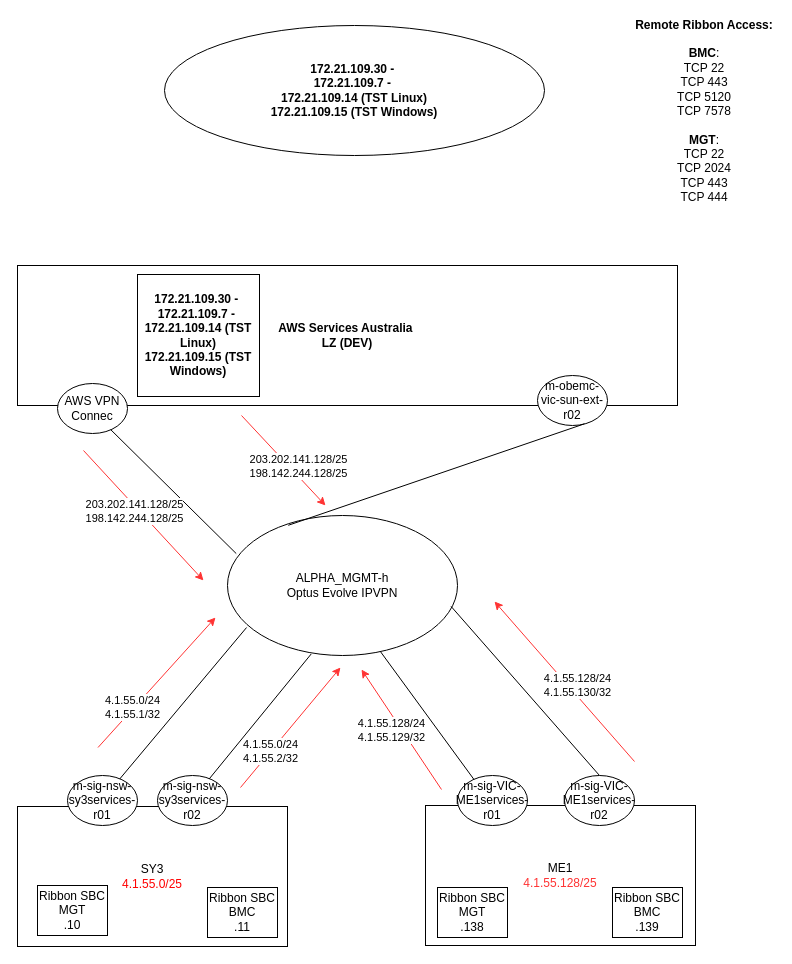
Before: SA Dev AWS into ATAC.drawio in mr-clutch/draw-io, a draw.io diagram. Source tidied: cells renumbered, new cells numbered last; positions are measured from the earlier drawing's top-left corner, leaving out a move shared by most shapes. Both pictures are drawn from the tidied source at 100%, with x=0, y=0 at pixel (17, 25).
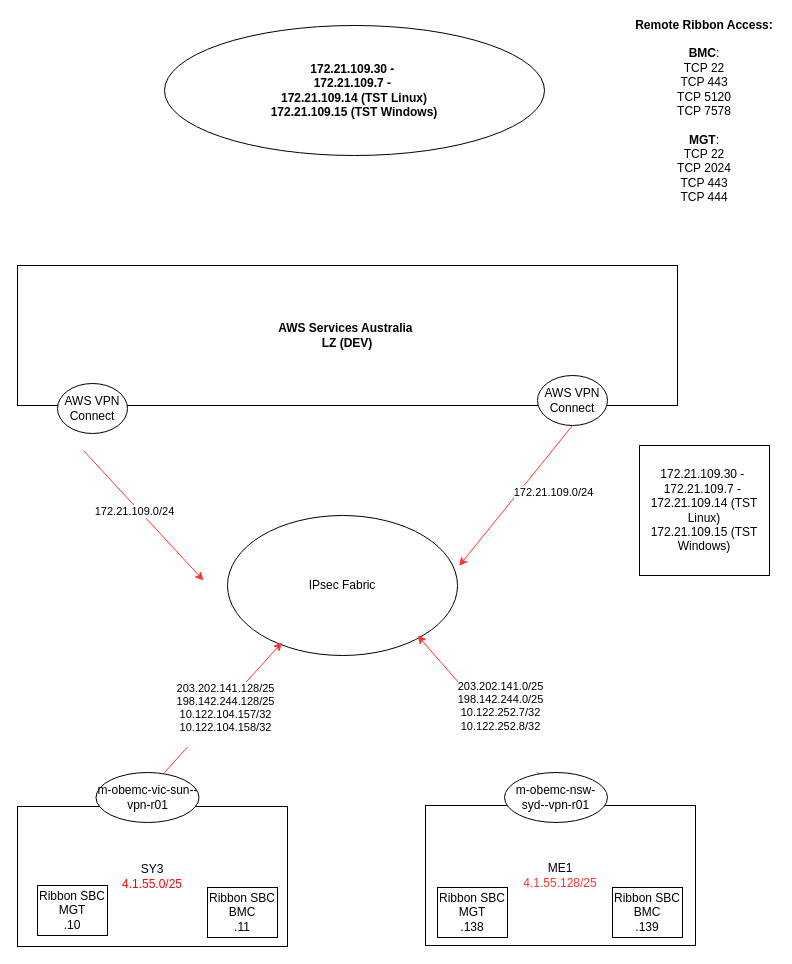
The same page after the edit.

Unchanged cells that the change refers to:
```xml
<mxCell id="5" value="ME1&lt;div&gt;&lt;font color=&quot;#ff3333&quot;&gt;4.1.55.128/25&lt;/font&gt;&lt;/div&gt;" style="rounded=0;whiteSpace=wrap;html=1;direction=west;" parent="1" vertex="1">
  <mxGeometry x="408" y="780" width="270" height="140" as="geometry" />
</mxCell>
<mxCell id="29" style="endArrow=classic;html=1;rounded=0;strokeColor=#FF3333;" parent="1" edge="1">
  <mxGeometry relative="1" as="geometry">
    <mxPoint x="66" y="425" as="sourcePoint" />
    <mxPoint x="186" y="555" as="targetPoint" />
  </mxGeometry>
</mxCell>
```

Change to the diagram source:
```diff
@@
-    <mxCell id="2" value="ALPHA_MGMT-h&lt;div&gt;Optus Evolve IPVPN&lt;/div&gt;" style="ellipse;whiteSpace=wrap;html=1;" parent="1" vertex="1">
+    <mxCell id="2" value="IPsec Fabric" style="ellipse;whiteSpace=wrap;html=1;" parent="1" vertex="1">
       <mxGeometry x="210" y="490" width="230" height="140" as="geometry" />
     </mxCell>
@@
-    <mxCell id="6" style="endArrow=none;html=1;rounded=0;entryX=0.083;entryY=0.8;entryDx=0;entryDy=0;entryPerimeter=0;" parent="1" edge="1" target="2">
-      <mxGeometry relative="1" as="geometry">
-        <mxPoint x="80" y="780" as="sourcePoint" />
-      </mxGeometry>
-    </mxCell>
-    <mxCell id="7" style="endArrow=none;html=1;rounded=0;entryX=0.364;entryY=0.989;entryDx=0;entryDy=0;entryPerimeter=0;" parent="1" edge="1" target="2">
-      <mxGeometry relative="1" as="geometry">
-        <mxPoint x="170" y="780" as="sourcePoint" />
-      </mxGeometry>
-    </mxCell>
-    <mxCell id="8" style="endArrow=none;html=1;rounded=0;entryX=0.665;entryY=0.972;entryDx=0;entryDy=0;entryPerimeter=0;exitX=0.75;exitY=1;exitDx=0;exitDy=0;" parent="1" edge="1" source="5" target="2">
-      <mxGeometry relative="1" as="geometry" />
-    </mxCell>
-    <mxCell id="9" style="endArrow=none;html=1;rounded=0;entryX=0.972;entryY=0.649;entryDx=0;entryDy=0;entryPerimeter=0;exitX=0.5;exitY=0;exitDx=0;exitDy=0;" parent="1" edge="1" source="17" target="2">
-      <mxGeometry relative="1" as="geometry" />
-    </mxCell>
@@
-    <mxCell id="11" style="endArrow=none;html=1;rounded=0;entryX=0.703;entryY=0.844;entryDx=0;entryDy=0;entryPerimeter=0;exitX=0.038;exitY=0.272;exitDx=0;exitDy=0;exitPerimeter=0;" parent="1" edge="1" source="2" target="18">
-      <mxGeometry relative="1" as="geometry" />
-    </mxCell>
@@
-    <mxCell id="13" value="m-sig-nsw-sy3services-r01" style="ellipse;whiteSpace=wrap;html=1;" parent="1" vertex="1">
-      <mxGeometry x="50" y="750" width="70" height="50" as="geometry" />
+    <mxCell id="13" value="m-obemc-vic-sun--vpn-r01" style="ellipse;whiteSpace=wrap;html=1;" parent="1" vertex="1">
+      <mxGeometry x="78.5" y="747" width="103" height="50" as="geometry" />
     </mxCell>
-    <mxCell id="14" value="m-sig-nsw-sy3services-r02" style="ellipse;whiteSpace=wrap;html=1;" parent="1" vertex="1">
-      <mxGeometry x="140" y="750" width="70" height="50" as="geometry" />
-    </mxCell>
-    <mxCell id="15" value="m-sig-VIC-ME1services-r01" style="ellipse;whiteSpace=wrap;html=1;" parent="1" vertex="1">
-      <mxGeometry x="440" y="750" width="70" height="50" as="geometry" />
-    </mxCell>
-    <mxCell id="16" style="endArrow=none;html=1;rounded=0;entryX=0.946;entryY=0.725;entryDx=0;entryDy=0;entryPerimeter=0;exitX=0.337;exitY=1.015;exitDx=0;exitDy=0;exitPerimeter=0;" parent="1" edge="1" source="5" target="17">
-      <mxGeometry relative="1" as="geometry" />
-    </mxCell>
-    <mxCell id="17" value="m-sig-VIC-ME1services-r02" style="ellipse;whiteSpace=wrap;html=1;" parent="1" vertex="1">
-      <mxGeometry x="547" y="750" width="70" height="50" as="geometry" />
-    </mxCell>
-    <mxCell id="18" value="AWS VPN&lt;div&gt;Connec&lt;/div&gt;" style="ellipse;whiteSpace=wrap;html=1;" parent="1" vertex="1">
+    <mxCell id="18" value="AWS VPN&lt;div&gt;Connect&lt;/div&gt;" style="ellipse;whiteSpace=wrap;html=1;" parent="1" vertex="1">
       <mxGeometry x="40" y="358" width="70" height="50" as="geometry" />
     </mxCell>
@@
-    <mxCell id="23" value="m-obemc-vic-sun-ext-r02" style="ellipse;whiteSpace=wrap;html=1;" parent="1" vertex="1">
+    <mxCell id="23" value="AWS VPN&lt;div&gt;Connect&lt;/div&gt;" style="ellipse;whiteSpace=wrap;html=1;" parent="1" vertex="1">
       <mxGeometry x="520" y="350" width="70" height="50" as="geometry" />
     </mxCell>
-    <mxCell id="24" style="endArrow=none;html=1;rounded=0;entryX=0.67;entryY=0.967;entryDx=0;entryDy=0;entryPerimeter=0;exitX=0.264;exitY=0.07;exitDx=0;exitDy=0;exitPerimeter=0;" parent="1" edge="1" source="2" target="23">
-      <mxGeometry relative="1" as="geometry" />
-    </mxCell>
-    <mxCell id="25" style="endArrow=classic;html=1;rounded=0;strokeColor=#FF3333;" parent="1" edge="1">
-      <mxGeometry relative="1" as="geometry">
-        <mxPoint x="223" y="762" as="sourcePoint" />
-        <mxPoint x="323" y="642" as="targetPoint" />
-      </mxGeometry>
-    </mxCell>
-    <mxCell id="26" value="4.1.55.0/24&lt;div&gt;4.1.55.2/32&lt;/div&gt;" style="edgeLabel;html=1;align=center;verticalAlign=middle;strokeColor=#FF3333;" parent="25" vertex="1">
-      <mxGeometry x="-0.4" y="2" relative="1" as="geometry">
-        <mxPoint x="1" y="1" as="offset" />
-      </mxGeometry>
-    </mxCell>
     <mxCell id="27" style="endArrow=classic;html=1;rounded=0;strokeColor=#FF3333;" parent="1" edge="1">
       <mxGeometry relative="1" as="geometry">
-        <mxPoint x="80.5" y="722" as="sourcePoint" />
-        <mxPoint x="198" y="592" as="targetPoint" />
+        <mxPoint x="147" y="747" as="sourcePoint" />
+        <mxPoint x="264.5" y="617" as="targetPoint" />
       </mxGeometry>
     </mxCell>
-    <mxCell id="28" value="4.1.55.0/24&lt;div&gt;4.1.55.1/32&lt;/div&gt;" style="edgeLabel;html=1;align=center;verticalAlign=middle;strokeColor=#FF3333;" parent="27" vertex="1">
-      <mxGeometry x="-0.4" y="2" relative="1" as="geometry" />
+    <mxCell id="28" value="203.202.141.128/25&lt;div&gt;198.142.244.128/25&lt;/div&gt;&lt;div&gt;10.122.104.157/32&lt;/div&gt;&lt;div&gt;&lt;div&gt;10.122.104.158/32&lt;/div&gt;&lt;div&gt;&lt;br&gt;&lt;/div&gt;&lt;/div&gt;" style="edgeLabel;html=1;align=center;verticalAlign=middle;strokeColor=#FF3333;" parent="27" vertex="1">
+      <mxGeometry x="-0.4" y="2" relative="1" as="geometry">
+        <mxPoint x="26" y="-18" as="offset" />
+      </mxGeometry>
     </mxCell>
@@
-    <mxCell id="30" value="203.202.141.128/25&lt;div&gt;198.142.244.128/25&lt;/div&gt;" style="edgeLabel;html=1;align=center;verticalAlign=middle;strokeColor=#FF3333;" parent="29" vertex="1">
+    <mxCell id="30" value="172.21.109.0/24" style="edgeLabel;html=1;align=center;verticalAlign=middle;strokeColor=#FF3333;" parent="29" vertex="1">
       <mxGeometry x="-0.4" y="2" relative="1" as="geometry">
         <mxPoint x="13" y="23" as="offset" />
       </mxGeometry>
     </mxCell>
-    <mxCell id="31" style="endArrow=classic;html=1;rounded=0;strokeColor=#FF3333;" parent="1" edge="1">
-      <mxGeometry relative="1" as="geometry">
-        <mxPoint x="224" y="390" as="sourcePoint" />
-        <mxPoint x="308" y="480" as="targetPoint" />
-      </mxGeometry>
-    </mxCell>
-    <mxCell id="32" value="203.202.141.128/25&lt;div&gt;198.142.244.128/25&lt;/div&gt;" style="edgeLabel;html=1;align=center;verticalAlign=middle;strokeColor=#FF3333;" parent="31" vertex="1">
-      <mxGeometry x="-0.4" y="2" relative="1" as="geometry">
-        <mxPoint x="30" y="25" as="offset" />
-      </mxGeometry>
-    </mxCell>
-    <mxCell id="33" style="endArrow=classic;html=1;rounded=0;strokeColor=#FF3333;" parent="1" edge="1">
-      <mxGeometry relative="1" as="geometry">
-        <mxPoint x="424" y="764" as="sourcePoint" />
-        <mxPoint x="344" y="644" as="targetPoint" />
-      </mxGeometry>
-    </mxCell>
-    <mxCell id="34" value="4.1.55.128/24&lt;div&gt;4.1.55.129/32&lt;/div&gt;" style="edgeLabel;html=1;align=center;verticalAlign=middle;strokeColor=#FF3333;" parent="33" vertex="1">
-      <mxGeometry x="-0.4" y="2" relative="1" as="geometry">
-        <mxPoint x="-25" y="-25" as="offset" />
-      </mxGeometry>
-    </mxCell>
     <mxCell id="35" style="endArrow=classic;html=1;rounded=0;strokeColor=#FF3333;" parent="1" edge="1">
       <mxGeometry relative="1" as="geometry">
-        <mxPoint x="617" y="736" as="sourcePoint" />
-        <mxPoint x="477" y="576" as="targetPoint" />
+        <mxPoint x="540" y="770" as="sourcePoint" />
+        <mxPoint x="400" y="610" as="targetPoint" />
       </mxGeometry>
     </mxCell>
-    <mxCell id="36" value="4.1.55.128/24&lt;div&gt;4.1.55.130/32&lt;/div&gt;" style="edgeLabel;html=1;align=center;verticalAlign=middle;strokeColor=#FF3333;direction=south;" parent="35" vertex="1">
+    <mxCell id="36" value="&lt;br&gt;203.202.141.0/25&lt;div style=&quot;forced-color-adjust: none;&quot;&gt;198.142.244.0/25&lt;/div&gt;&lt;div style=&quot;forced-color-adjust: none;&quot;&gt;10.122.252.7/32&lt;/div&gt;&lt;div style=&quot;forced-color-adjust: none;&quot;&gt;&lt;div style=&quot;forced-color-adjust: none;&quot;&gt;10.122.252.8/32&lt;/div&gt;&lt;div style=&quot;forced-color-adjust: none;&quot;&gt;&lt;br style=&quot;forced-color-adjust: none; color: rgb(0, 0, 0); font-family: Helvetica; font-size: 11px; font-style: normal; font-variant-ligatures: normal; font-variant-caps: normal; font-weight: 400; letter-spacing: normal; orphans: 2; text-align: center; text-indent: 0px; text-transform: none; widows: 2; word-spacing: 0px; -webkit-text-stroke-width: 0px; white-space: nowrap; background-color: rgb(255, 255, 255); text-decoration-thickness: initial; text-decoration-style: initial; text-decoration-color: initial;&quot;&gt;&lt;br&gt;&lt;br&gt;&lt;/div&gt;&lt;/div&gt;" style="edgeLabel;html=1;align=center;verticalAlign=middle;strokeColor=#FF3333;direction=south;" parent="35" vertex="1">
       <mxGeometry x="-0.4" y="2" relative="1" as="geometry">
         <mxPoint x="-14" y="-30" as="offset" />
       </mxGeometry>
     </mxCell>
@@
-    <mxCell id="38" value="&lt;b&gt;172.21.109.30 -&amp;nbsp;&lt;/b&gt;&lt;div&gt;&lt;b&gt;172.21.109.7 -&amp;nbsp;&lt;/b&gt;&lt;/div&gt;&lt;div&gt;&lt;b&gt;172.21.109.14 (TST Linux)&lt;/b&gt;&lt;/div&gt;&lt;div&gt;&lt;b&gt;172.21.109.15 (TST Windows)&lt;/b&gt;&lt;/div&gt;" style="whiteSpace=wrap;html=1;" parent="1" vertex="1">
-      <mxGeometry x="120" y="249" width="122" height="122" as="geometry" />
+    <mxCell id="38" value="&lt;span style=&quot;font-weight: normal;&quot;&gt;172.21.109.30 -&amp;nbsp;&lt;/span&gt;&lt;div&gt;&lt;span style=&quot;font-weight: normal;&quot;&gt;172.21.109.7 -&amp;nbsp;&lt;/span&gt;&lt;/div&gt;&lt;div&gt;&lt;span style=&quot;font-weight: normal;&quot;&gt;172.21.109.14 (TST Linux)&lt;/span&gt;&lt;/div&gt;&lt;div&gt;&lt;span style=&quot;font-weight: normal;&quot;&gt;172.21.109.15 (TST Windows)&lt;/span&gt;&lt;/div&gt;" style="whiteSpace=wrap;html=1;fontStyle=1;" parent="1" vertex="1">
+      <mxGeometry x="622" y="420" width="130" height="130" as="geometry" />
     </mxCell>
+    <mxCell id="39" style="endArrow=classic;html=1;rounded=0;strokeColor=#FF3333;exitX=0.5;exitY=1;exitDx=0;exitDy=0;entryX=1.007;entryY=0.36;entryDx=0;entryDy=0;entryPerimeter=0;" parent="1" edge="1" source="23" target="2">
+      <mxGeometry relative="1" as="geometry" />
+    </mxCell>
+    <mxCell id="40" value="172.21.109.0/24" style="edgeLabel;html=1;align=center;verticalAlign=middle;strokeColor=#FF3333;" parent="39" vertex="1">
+      <mxGeometry x="-0.4" y="2" relative="1" as="geometry">
+        <mxPoint x="13" y="23" as="offset" />
+      </mxGeometry>
+    </mxCell>
+    <mxCell id="41" value="m-obemc-nsw-syd--vpn-r01" style="ellipse;whiteSpace=wrap;html=1;" parent="1" vertex="1">
+      <mxGeometry x="487" y="747" width="103" height="50" as="geometry" />
+    </mxCell>
```
